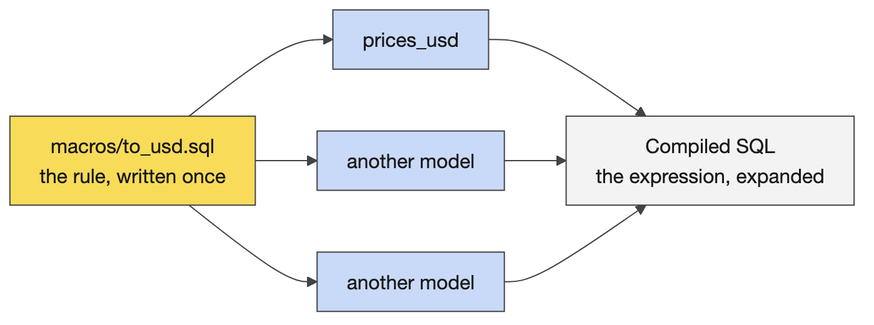
The Mermaid diagram courseware/common/diagrams/png/d3-macro.png in reachusama-decoded/cg-dxp, before a commit. Its source is kept beside it as courseware/common/diagrams/src/d3-macro.mmd.
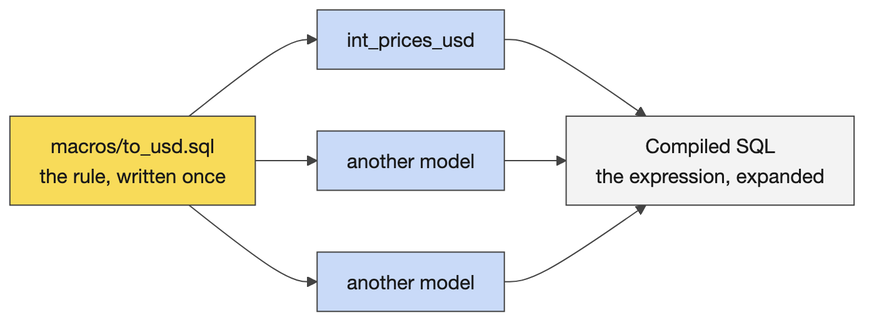
The same file after the commit.

The edit, as a diff of the source:
```diff
@@ -1,5 +1,5 @@
 flowchart LR
-  Mc["macros/to_usd.sql<br/>the rule, written once"] --> M1["prices_usd"]
+  Mc["macros/to_usd.sql<br/>the rule, written once"] --> M1["int_prices_usd"]
   Mc --> M2["another model"]
   Mc --> M3["another model"]
   M1 --> Cp["Compiled SQL<br/>the expression, expanded"]
```
